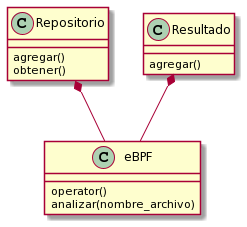
Before: diagramas/eBPF_class.png, a diagram exported from PlantUML (SBen-IV/tp2-Taller1). The source it was exported from:
```plantuml
@startuml
Repositorio *-- eBPF
Resultado *-- eBPF

eBPF : operator()
eBPF : analizar(nombre_archivo)
Repositorio : agregar()
Repositorio : obtener()
Resultado : agregar()
@enduml
```
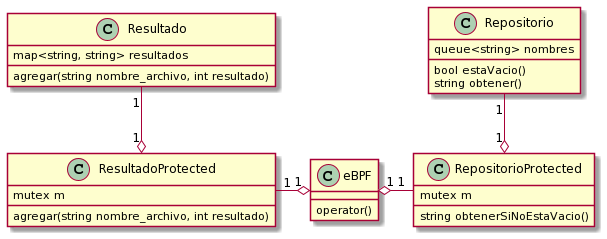
After the change.

The edit, as a diff of the source:
```diff
@@ -1,10 +1,31 @@
 @startuml
-Repositorio *-- eBPF
-Resultado *-- eBPF
+class eBPF {
+  {method}operator()
+}
 
-eBPF : operator()
-eBPF : analizar(nombre_archivo)
-Repositorio : agregar()
-Repositorio : obtener()
-Resultado : agregar()
+class RepositorioProtected {
+  {field}mutex m
+  {method}string obtenerSiNoEstaVacio()
+}
+
+class ResultadoProtected {
+  {field}mutex m
+  {method}agregar(string nombre_archivo, int resultado)
+}
+
+class Resultado {
+  {field}map<string, string> resultados
+  {method}agregar(string nombre_archivo, int resultado)
+}
+
+class Repositorio {
+  {field}queue<string> nombres
+  {method}bool estaVacio()
+  {method}string obtener()
+}
+
+eBPF "1" o-right- "1" RepositorioProtected
+eBPF "1" o-left- "1" ResultadoProtected
+RepositorioProtected "1" o-up- "1" Repositorio
+ResultadoProtected "1" o-up- "1" Resultado
 @enduml
```
